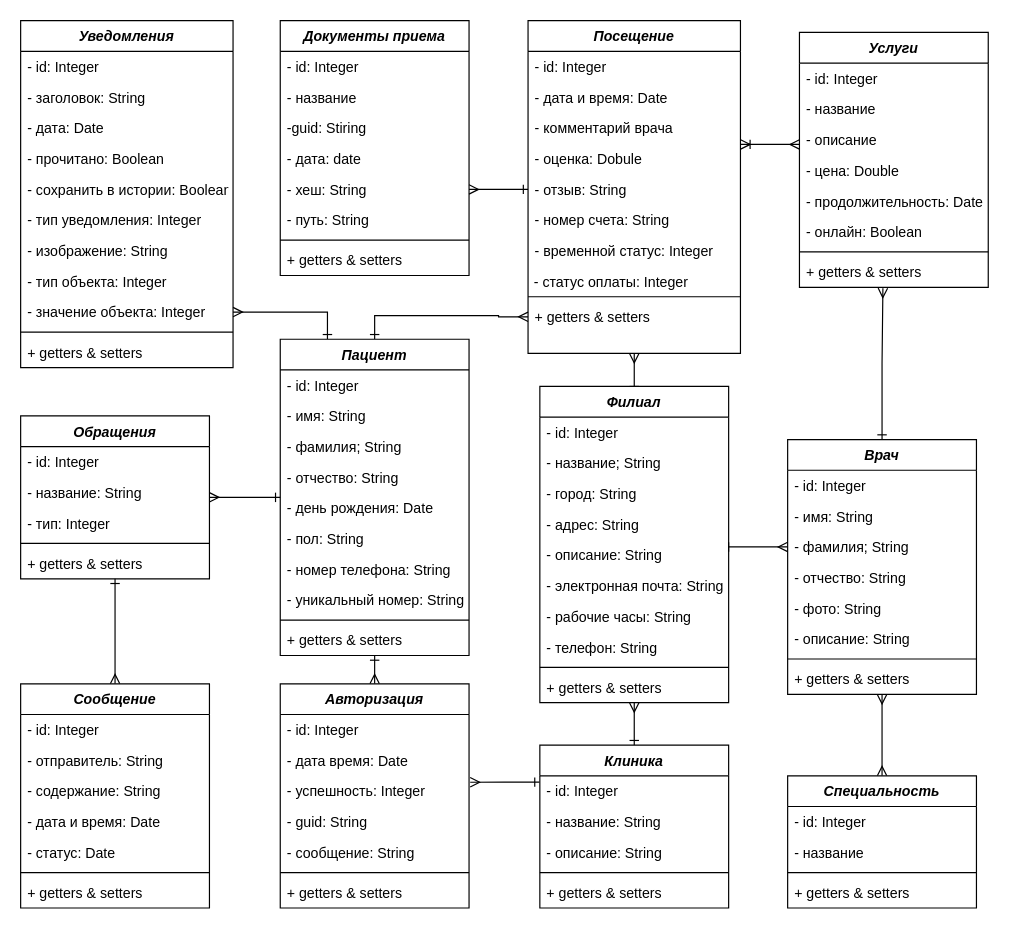
Before: Диаграмма без названия.drawio in Empat1/APIstart, a draw.io diagram. Source tidied: cells renumbered, new cells numbered last; positions are measured from the earlier drawing's top-left corner, leaving out a move shared by most shapes. Both pictures are drawn from the tidied source at 118%, with x=0, y=0 at pixel (20, 20).
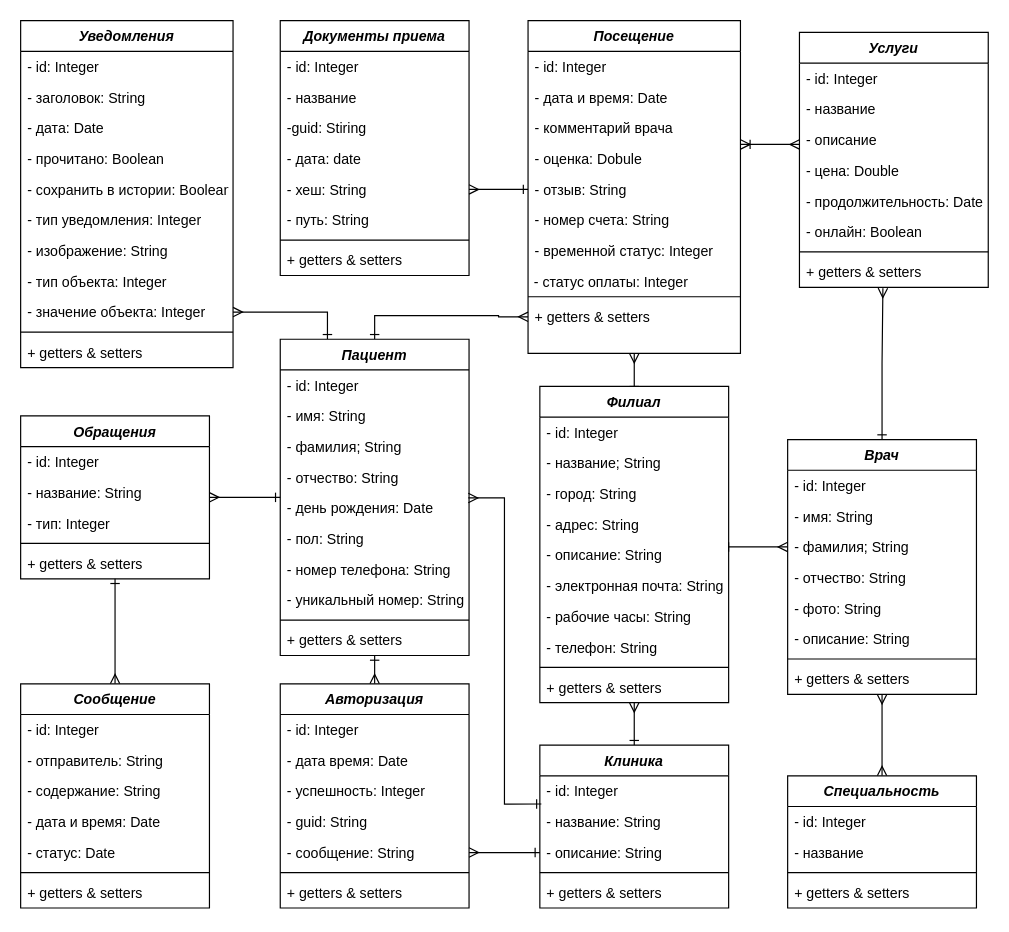
After the change.

The change refers to these unchanged cells:
```xml
<mxCell id="11" value="- id: Integer" style="text;align=left;verticalAlign=top;spacingLeft=4;spacingRight=4;overflow=hidden;points=[[0,0.5],[1,0.5]];portConstraint=eastwest;" parent="10" vertex="1">
  <mxGeometry y="26" width="160" height="26" as="geometry" />
</mxCell>
<mxCell id="13" value="- описание: String" style="text;align=left;verticalAlign=top;spacingLeft=4;spacingRight=4;overflow=hidden;points=[[0,0.5],[1,0.5]];portConstraint=eastwest;rounded=0;shadow=0;html=0;" parent="10" vertex="1">
  <mxGeometry y="78" width="160" height="26" as="geometry" />
</mxCell>
<mxCell id="38" value="- день рождения: Date" style="text;align=left;verticalAlign=top;spacingLeft=4;spacingRight=4;overflow=hidden;points=[[0,0.5],[1,0.5]];portConstraint=eastwest;rounded=0;shadow=0;html=0;" parent="33" vertex="1">
  <mxGeometry y="130" width="160" height="26" as="geometry" />
</mxCell>
<mxCell id="47" value="- успешность: Integer" style="text;align=left;verticalAlign=top;spacingLeft=4;spacingRight=4;overflow=hidden;points=[[0,0.5],[1,0.5]];portConstraint=eastwest;rounded=0;shadow=0;html=0;" parent="44" vertex="1">
  <mxGeometry y="78" width="160" height="26" as="geometry" />
</mxCell>
<mxCell id="49" value="- сообщение: String" style="text;align=left;verticalAlign=top;spacingLeft=4;spacingRight=4;overflow=hidden;points=[[0,0.5],[1,0.5]];portConstraint=eastwest;rounded=0;shadow=0;html=0;" parent="44" vertex="1">
  <mxGeometry y="130" width="160" height="26" as="geometry" />
</mxCell>
```

The edit, as a diff of the source:
```diff
@@
+    <mxCell id="120" style="edgeStyle=orthogonalEdgeStyle;rounded=0;jettySize=auto;html=1;entryX=0.996;entryY=0.173;entryDx=0;entryDy=0;entryPerimeter=0;startArrow=ERone;startFill=0;endArrow=ERmany;endFill=0;exitX=0.008;exitY=0.918;exitDx=0;exitDy=0;exitPerimeter=0;" parent="1" edge="1" source="11" target="38">
+      <mxGeometry relative="1" as="geometry" />
+    </mxCell>
@@
-    <mxCell id="52" style="edgeStyle=orthogonalEdgeStyle;rounded=0;jettySize=auto;html=1;entryX=1.006;entryY=0.209;entryDx=0;entryDy=0;startArrow=ERone;startFill=0;endArrow=ERmany;endFill=0;exitX=-0.002;exitY=0.205;exitDx=0;exitDy=0;exitPerimeter=0;entryPerimeter=0;" parent="1" edge="1" source="11" target="47">
+    <mxCell id="52" style="edgeStyle=orthogonalEdgeStyle;rounded=0;jettySize=auto;html=1;entryX=1;entryY=0.5;entryDx=0;entryDy=0;startArrow=ERone;startFill=0;endArrow=ERmany;endFill=0;exitX=0;exitY=0.5;exitDx=0;exitDy=0;" parent="1" edge="1" source="13" target="49">
       <mxGeometry relative="1" as="geometry" />
     </mxCell>
```
